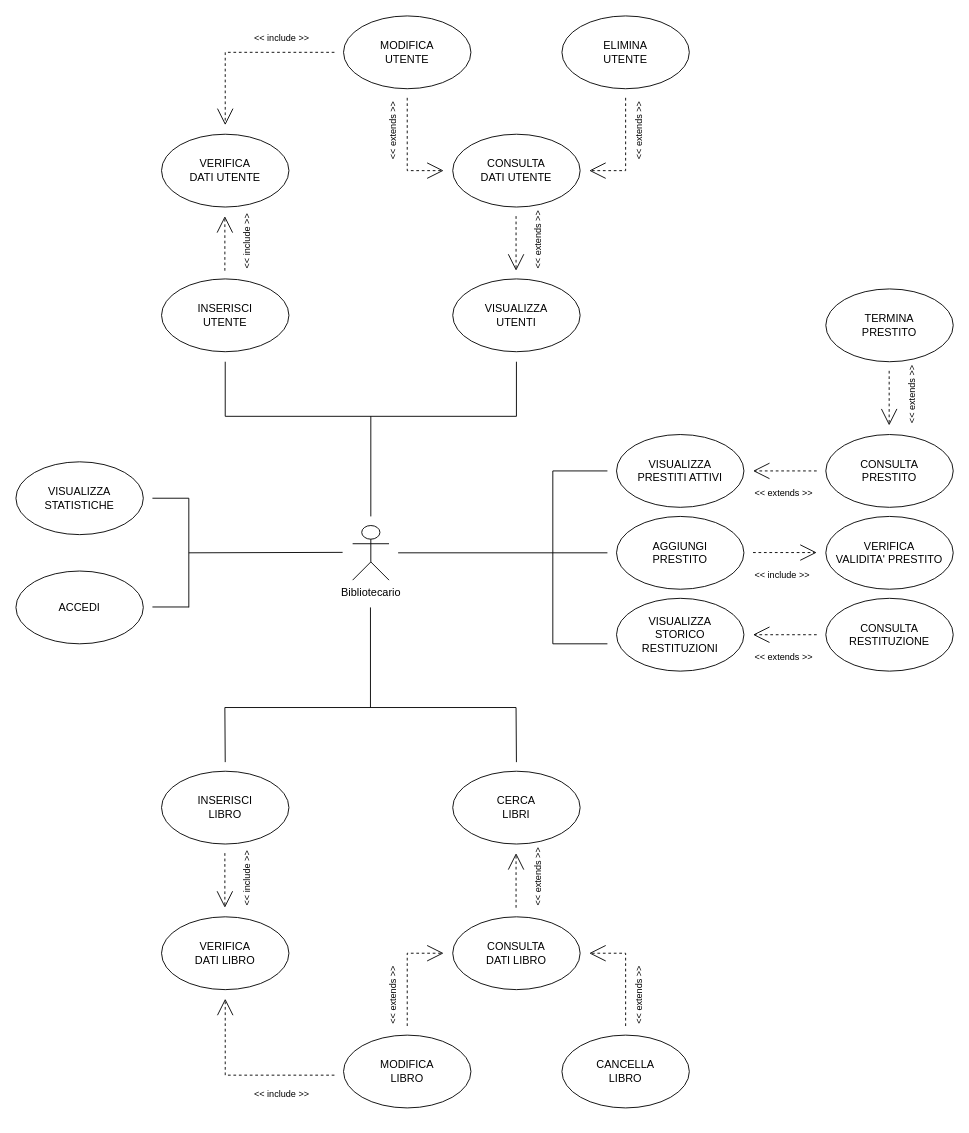
This is docs/requisiti/UML.drawio from MarioDR/IngegneriaDelSoftware, a draw.io file, before an edit. Source tidied: cells renumbered, new cells numbered last; positions are measured from the earlier drawing's top-left corner, leaving out a move shared by most shapes. Both pictures are drawn from the tidied source at 91%, with x=0, y=0 at pixel (15, 15).
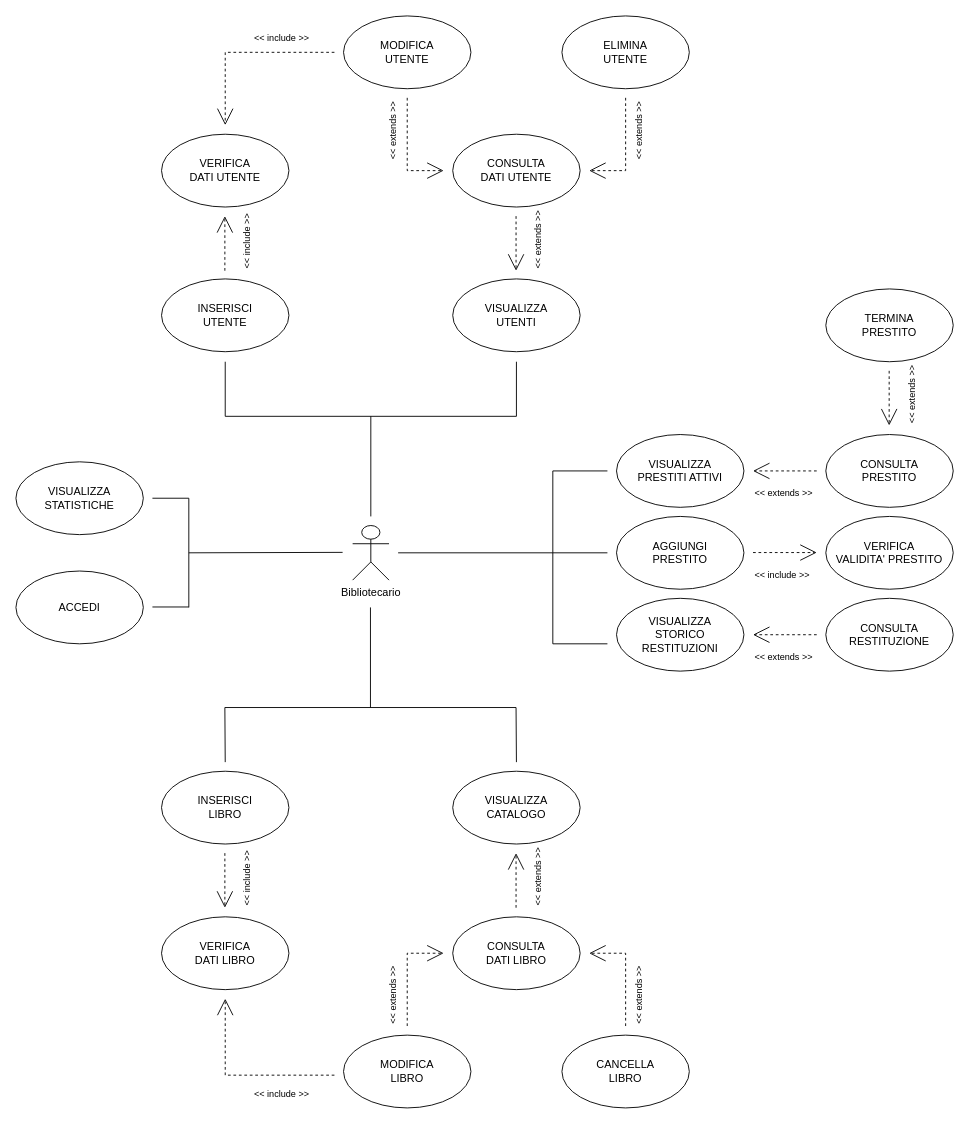
The same diagram, later.

What changed in the source:
```diff
@@
-    <mxCell id="11" value="CERCA&lt;div&gt;LIBRI&lt;/div&gt;" style="ellipse;whiteSpace=wrap;html=1;labelBackgroundColor=none;" parent="1" vertex="1">
+    <mxCell id="11" value="VISUALIZZA&lt;div&gt;CATALOGO&lt;/div&gt;" style="ellipse;whiteSpace=wrap;html=1;labelBackgroundColor=none;" parent="1" vertex="1">
       <mxGeometry x="480" y="830" width="140" height="80" as="geometry" />
     </mxCell>
```
